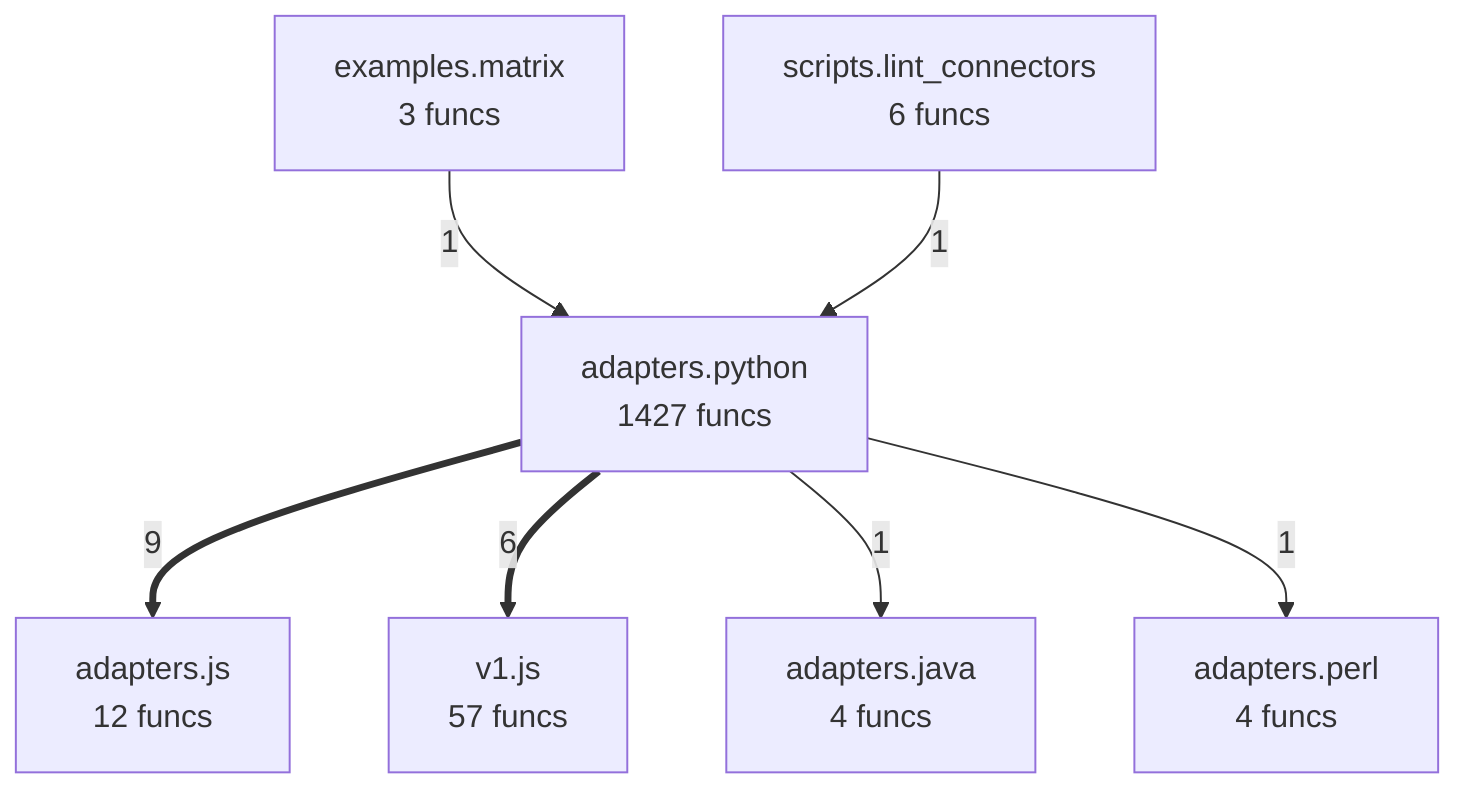
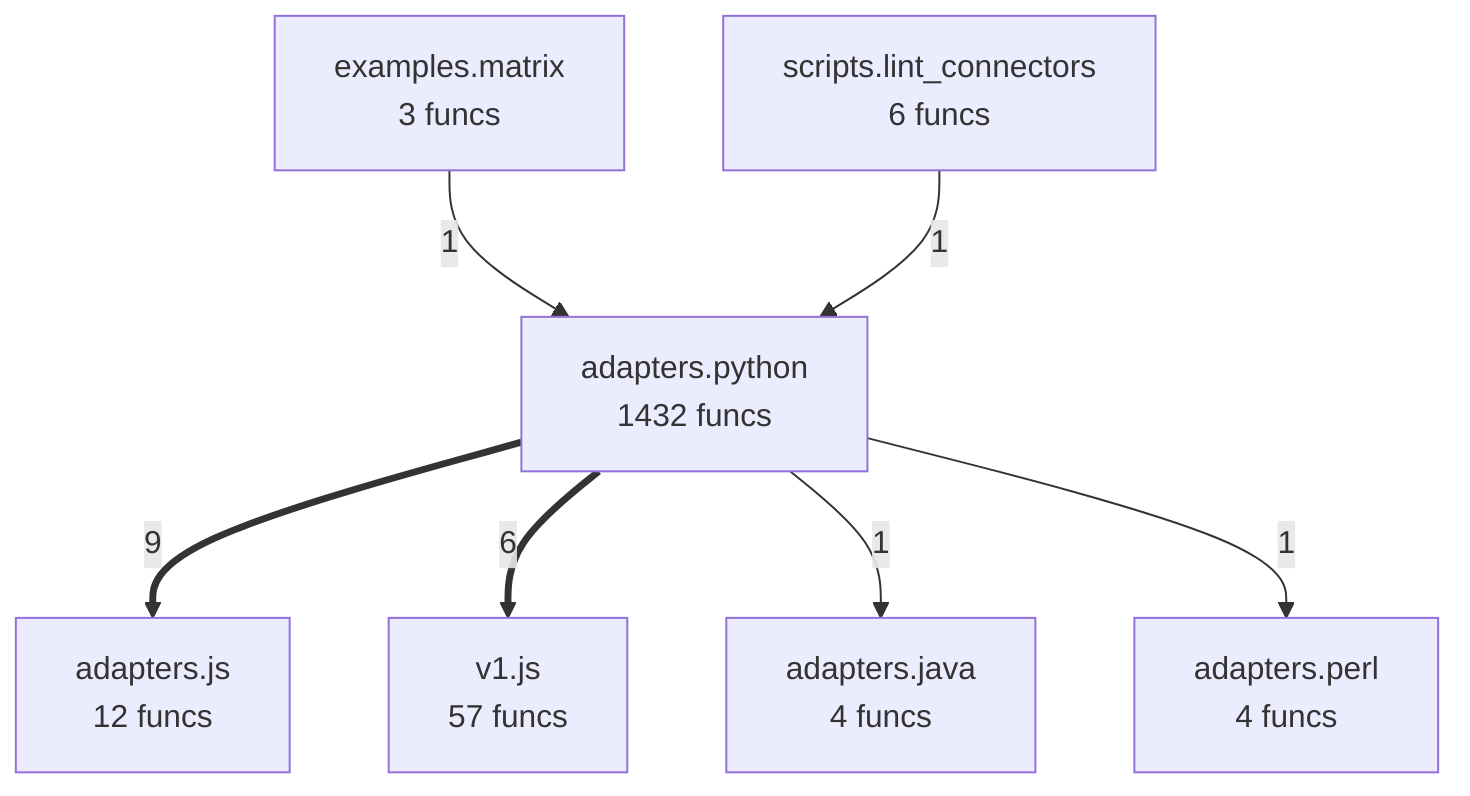
flowchart TD
- %% generated in 0.04s
+ %% generated in 0.15s
    adapters__java["adapters.java<br/>4 funcs"]
    adapters__js["adapters.js<br/>12 funcs"]
    adapters__perl["adapters.perl<br/>4 funcs"]
-     adapters__python["adapters.python<br/>1427 funcs"]
+     adapters__python["adapters.python<br/>1432 funcs"]
    examples__matrix["examples.matrix<br/>3 funcs"]
    scripts__lint_connectors["scripts.lint_connectors<br/>6 funcs"]
    v1__js["v1.js<br/>57 funcs"]
    adapters__python ==>|9| adapters__js
    adapters__python ==>|6| v1__js
    examples__matrix -->|1| adapters__python
    scripts__lint_connectors -->|1| adapters__python
    adapters__python -->|1| adapters__java
    adapters__python -->|1| adapters__perl
